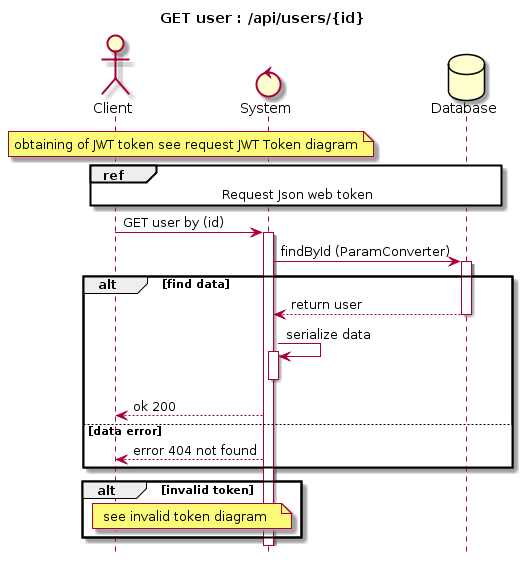
Above: docs/Uml/Diagram_sequences/Diagram_sequence_GET_user.png in siggwer/Bilemo (PlantUML), before the change.
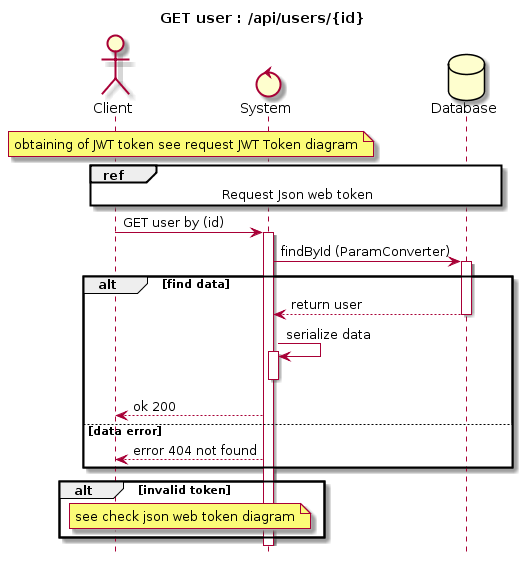
After the change.

The edit, as a diff of the source:
```diff
@@ -13,12 +13,10 @@
     Request Json web token
 end ref
 
-
 Client -> System : GET user by (id)
 activate System
 
 System -> Database: findById (ParamConverter)
-
 alt find data
 activate Database
 Database --> System : return user
@@ -32,7 +30,7 @@
 end
 alt invalid token
 note over Client, System
-    see invalid token diagram
+    see check json web token diagram
 end note
 end
 @enduml
```
